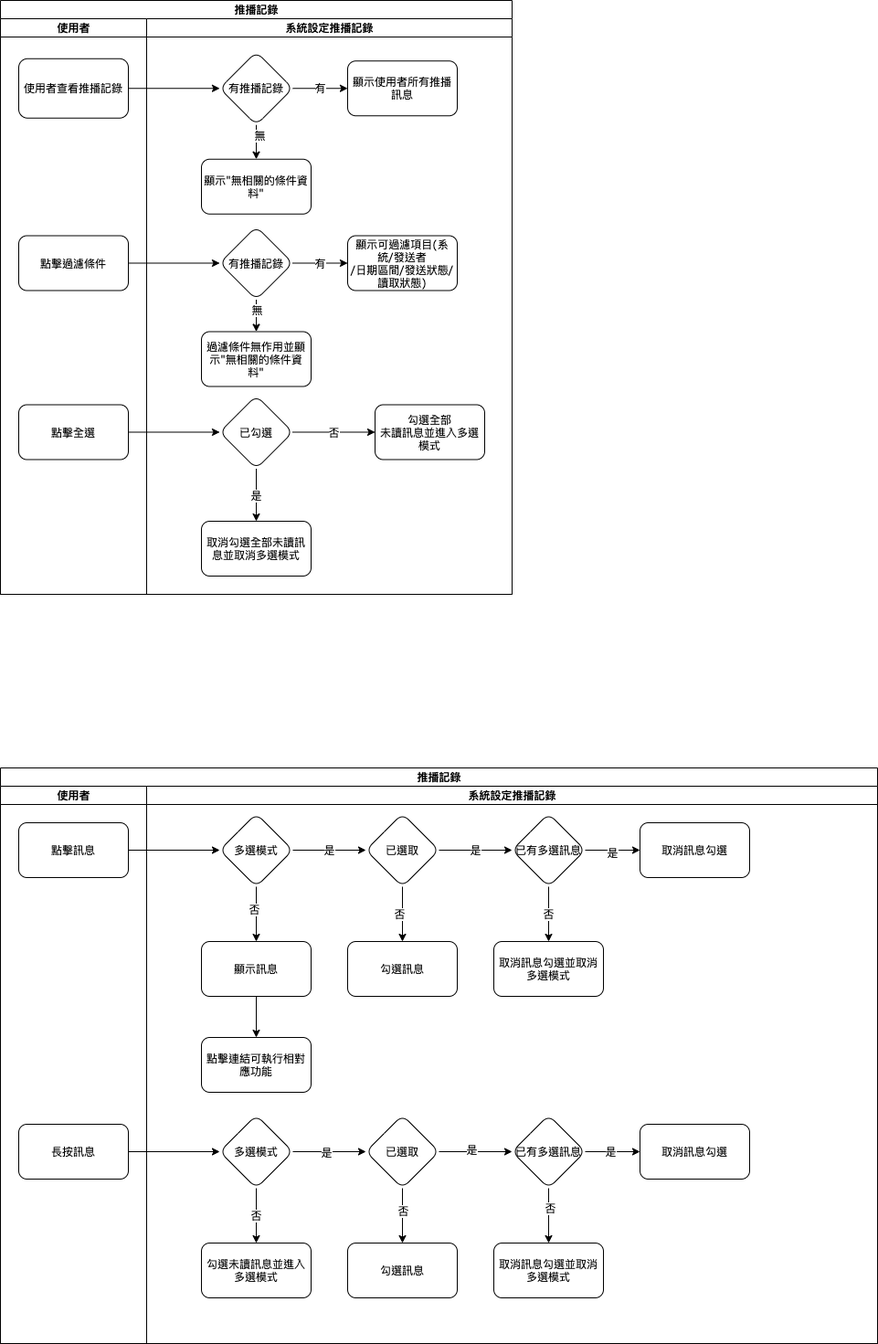
Before: 8.10.0/UPDATE/ITEM_2/MAE/image/workflow_record.png, a diagram exported from draw.io (ArcareRD/sadocs). Source tidied: cells renumbered, new cells last; positions are measured from the earlier drawing's top-left corner, leaving out a move shared by most shapes.
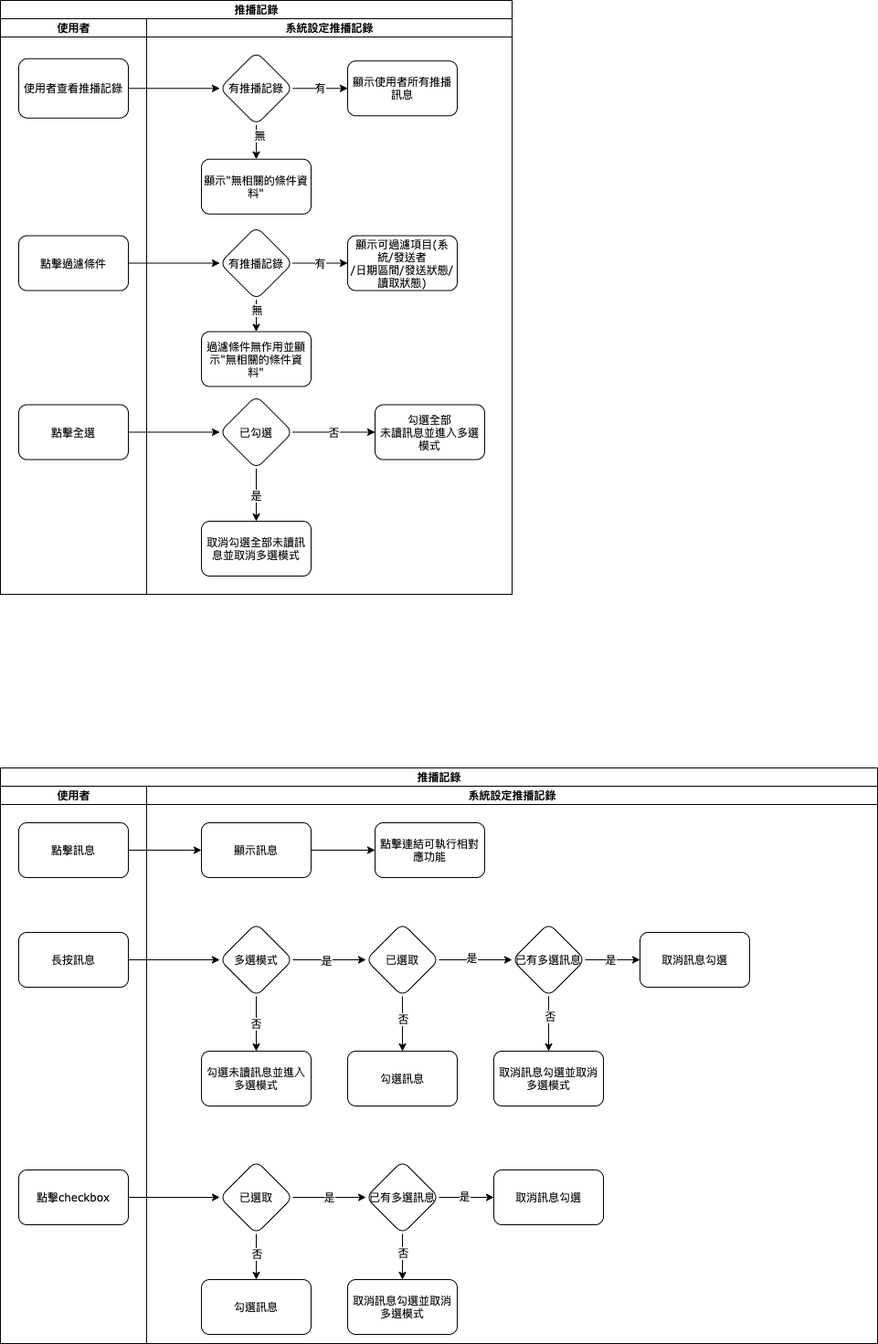
The same diagram one commit later.

Commit message:
修改推播記錄多選流程

What changed in the source:
```diff
@@ -3,7 +3,7 @@
     <mxCell id="0" />
     <mxCell id="1" parent="0" />
     <mxCell id="2" value="推播記錄" style="swimlane;html=1;startSize=20;rounded=0;shadow=0;labelBackgroundColor=none;strokeWidth=1;fontFamily=Verdana;fontSize=8;align=center;" parent="1" vertex="1">
-      <mxGeometry width="560" height="650" as="geometry" />
+      <mxGeometry y="210" width="560" height="650" as="geometry" />
     </mxCell>
     <mxCell id="3" value="使用者" style="swimlane;html=1;startSize=20;" parent="2" vertex="1">
       <mxGeometry y="20" width="160" height="630" as="geometry" />
@@ -83,7 +83,7 @@
       <mxGeometry relative="1" as="geometry" />
     </mxCell>
     <mxCell id="28" value="推播記錄" style="swimlane;html=1;startSize=20;rounded=0;shadow=0;labelBackgroundColor=none;strokeWidth=1;fontFamily=Verdana;fontSize=8;align=center;" parent="1" vertex="1">
-      <mxGeometry y="840" width="960" height="630" as="geometry" />
+      <mxGeometry y="1050" width="960" height="630" as="geometry" />
     </mxCell>
     <mxCell id="29" value="使用者" style="swimlane;html=1;startSize=20;" parent="28" vertex="1">
       <mxGeometry y="20" width="160" height="610" as="geometry" />
@@ -92,86 +92,83 @@
       <mxGeometry x="20" y="40" width="120" height="60" as="geometry" />
     </mxCell>
     <mxCell id="31" value="&lt;span style=&quot;font-family: &amp;#34;verdana&amp;#34;&quot;&gt;長按訊息&lt;/span&gt;" style="whiteSpace=wrap;html=1;rounded=1;shadow=0;fontFamily=Verdana;fontSize=8;strokeWidth=1;" parent="29" vertex="1">
-      <mxGeometry x="20" y="370" width="120" height="60" as="geometry" />
+      <mxGeometry x="20" y="160" width="120" height="60" as="geometry" />
     </mxCell>
+    <mxCell id="71" value="&lt;span style=&quot;font-family: &amp;#34;verdana&amp;#34;&quot;&gt;點擊checkbox&lt;/span&gt;" style="whiteSpace=wrap;html=1;rounded=1;shadow=0;fontFamily=Verdana;fontSize=8;strokeWidth=1;" parent="29" vertex="1">
+      <mxGeometry x="20" y="420" width="120" height="60" as="geometry" />
+    </mxCell>
+    <mxCell id="54" style="edgeStyle=orthogonalEdgeStyle;rounded=0;jettySize=auto;html=1;" parent="28" edge="1" source="31" target="50">
+      <mxGeometry relative="1" as="geometry" />
+    </mxCell>
     <mxCell id="32" value="系統設定推播記錄" style="swimlane;html=1;startSize=20;" parent="28" vertex="1">
       <mxGeometry x="160" y="20" width="800" height="610" as="geometry" />
     </mxCell>
     <mxCell id="33" value="&lt;span&gt;顯示訊息&lt;/span&gt;" style="whiteSpace=wrap;html=1;rounded=1;shadow=0;fontFamily=Verdana;fontSize=8;strokeWidth=1;" parent="32" vertex="1">
-      <mxGeometry x="60" y="170" width="120" height="60" as="geometry" />
+      <mxGeometry x="60" y="40" width="120" height="60" as="geometry" />
     </mxCell>
     <mxCell id="34" value="&lt;span&gt;勾選未讀訊息並進入多選模式&lt;/span&gt;" style="whiteSpace=wrap;html=1;rounded=1;shadow=0;fontFamily=Verdana;fontSize=8;strokeWidth=1;" parent="32" vertex="1">
-      <mxGeometry x="60" y="500" width="120" height="60" as="geometry" />
+      <mxGeometry x="60" y="290" width="120" height="60" as="geometry" />
     </mxCell>
     <mxCell id="35" value="點擊連結可執行相對應功能" style="whiteSpace=wrap;html=1;rounded=1;shadow=0;fontFamily=Verdana;fontSize=8;strokeWidth=1;" parent="32" vertex="1">
-      <mxGeometry x="60" y="275" width="120" height="60" as="geometry" />
+      <mxGeometry x="250" y="40" width="120" height="60" as="geometry" />
     </mxCell>
     <mxCell id="36" style="edgeStyle=orthogonalEdgeStyle;rounded=1;jettySize=auto;html=1;" parent="32" edge="1" source="33" target="35">
       <mxGeometry relative="1" as="geometry" />
     </mxCell>
-    <mxCell id="37" style="edgeStyle=orthogonalEdgeStyle;rounded=0;jettySize=auto;html=1;" parent="32" edge="1" source="39" target="33">
-      <mxGeometry relative="1" as="geometry" />
-    </mxCell>
-    <mxCell id="38" value="否" style="edgeLabel;html=1;align=center;verticalAlign=middle;" parent="37" vertex="1">
-      <mxGeometry x="-0.18" y="-3" relative="1" as="geometry" />
-    </mxCell>
-    <mxCell id="39" value="多選模式" style="rhombus;whiteSpace=wrap;html=1;rounded=1;shadow=0;fontFamily=Verdana;fontSize=8;strokeWidth=1;" parent="32" vertex="1">
-      <mxGeometry x="80" y="30" width="80" height="80" as="geometry" />
-    </mxCell>
-    <mxCell id="40" value="已選取" style="rhombus;whiteSpace=wrap;html=1;rounded=1;shadow=0;fontFamily=Verdana;fontSize=8;strokeWidth=1;" parent="32" vertex="1">
-      <mxGeometry x="240" y="30" width="80" height="80" as="geometry" />
-    </mxCell>
-    <mxCell id="41" value="是" style="edgeStyle=orthogonalEdgeStyle;rounded=0;jettySize=auto;html=1;" parent="32" edge="1" source="39" target="40">
-      <mxGeometry relative="1" as="geometry" />
-    </mxCell>
-    <mxCell id="42" value="勾選訊息" style="whiteSpace=wrap;html=1;rounded=1;shadow=0;fontFamily=Verdana;fontSize=8;strokeWidth=1;" parent="32" vertex="1">
-      <mxGeometry x="220" y="170" width="120" height="60" as="geometry" />
-    </mxCell>
-    <mxCell id="43" style="edgeStyle=orthogonalEdgeStyle;rounded=0;jettySize=auto;html=1;" parent="32" edge="1" source="40" target="42">
-      <mxGeometry relative="1" as="geometry" />
-    </mxCell>
-    <mxCell id="44" value="否" style="edgeLabel;html=1;align=center;verticalAlign=middle;" parent="43" vertex="1">
-      <mxGeometry x="-0.03" y="-4" relative="1" as="geometry" />
-    </mxCell>
-    <mxCell id="45" value="已有多選訊息" style="rhombus;whiteSpace=wrap;html=1;rounded=1;shadow=0;fontFamily=Verdana;fontSize=8;strokeWidth=1;" parent="32" vertex="1">
-      <mxGeometry x="400" y="30" width="80" height="80" as="geometry" />
-    </mxCell>
-    <mxCell id="46" value="是" style="edgeStyle=orthogonalEdgeStyle;rounded=0;jettySize=auto;html=1;" parent="32" edge="1" source="40" target="45">
-      <mxGeometry relative="1" as="geometry" />
-    </mxCell>
-    <mxCell id="47" value="取消訊息勾選並取消多選模式" style="whiteSpace=wrap;html=1;rounded=1;shadow=0;fontFamily=Verdana;fontSize=8;strokeWidth=1;" parent="32" vertex="1">
-      <mxGeometry x="380" y="170" width="120" height="60" as="geometry" />
-    </mxCell>
-    <mxCell id="48" value="否" style="edgeStyle=orthogonalEdgeStyle;rounded=0;jettySize=auto;html=1;" parent="32" edge="1" source="45" target="47">
-      <mxGeometry relative="1" as="geometry" />
-    </mxCell>
     <mxCell id="49" value="否" style="edgeStyle=orthogonalEdgeStyle;rounded=0;jettySize=auto;html=1;exitX=0.5;exitY=1;exitDx=0;exitDy=0;" parent="32" edge="1" source="50" target="34">
       <mxGeometry relative="1" as="geometry" />
     </mxCell>
     <mxCell id="50" value="&lt;span&gt;多選模式&lt;/span&gt;" style="rhombus;whiteSpace=wrap;html=1;rounded=1;shadow=0;fontFamily=Verdana;fontSize=8;strokeWidth=1;" parent="32" vertex="1">
-      <mxGeometry x="80" y="360" width="80" height="80" as="geometry" />
+      <mxGeometry x="80" y="150" width="80" height="80" as="geometry" />
     </mxCell>
     <mxCell id="51" value="勾選&lt;span&gt;訊息&lt;/span&gt;" style="whiteSpace=wrap;html=1;rounded=1;shadow=0;fontFamily=Verdana;fontSize=8;strokeWidth=1;" parent="32" vertex="1">
-      <mxGeometry x="220" y="500" width="120" height="60" as="geometry" />
+      <mxGeometry x="220" y="290" width="120" height="60" as="geometry" />
     </mxCell>
     <mxCell id="52" value="&lt;span&gt;取消訊息勾選並取消多選模式&lt;/span&gt;" style="whiteSpace=wrap;html=1;rounded=1;shadow=0;fontFamily=Verdana;fontSize=8;strokeWidth=1;" parent="32" vertex="1">
-      <mxGeometry x="380" y="500" width="120" height="60" as="geometry" />
+      <mxGeometry x="380" y="290" width="120" height="60" as="geometry" />
     </mxCell>
-    <mxCell id="53" style="edgeStyle=orthogonalEdgeStyle;rounded=0;jettySize=auto;html=1;" parent="28" edge="1" source="30" target="39">
-      <mxGeometry relative="1" as="geometry" />
-    </mxCell>
-    <mxCell id="54" style="edgeStyle=orthogonalEdgeStyle;rounded=0;jettySize=auto;html=1;" parent="28" edge="1" source="31" target="50">
-      <mxGeometry relative="1" as="geometry" />
-    </mxCell>
-    <mxCell id="55" value="取消訊息勾選" style="whiteSpace=wrap;html=1;rounded=1;shadow=0;fontFamily=Verdana;fontSize=8;strokeWidth=1;" parent="1" vertex="1">
-      <mxGeometry x="700" y="900" width="120" height="60" as="geometry" />
-    </mxCell>
+    <mxCell id="48" style="edgeStyle=orthogonalEdgeStyle;rounded=0;jettySize=auto;html=1;exitX=0.5;exitY=1;exitDx=0;exitDy=0;" parent="32" edge="1" source="45" target="47">
+      <mxGeometry relative="1" as="geometry" />
+    </mxCell>
+    <mxCell id="72" value="否" style="edgeLabel;html=1;align=center;verticalAlign=middle;" parent="48" vertex="1">
+      <mxGeometry x="-0.2" relative="1" as="geometry" />
+    </mxCell>
-    <mxCell id="56" style="edgeStyle=orthogonalEdgeStyle;rounded=0;jettySize=auto;html=1;" parent="1" edge="1" source="45" target="55">
+    <mxCell id="56" style="edgeStyle=orthogonalEdgeStyle;rounded=0;jettySize=auto;html=1;exitX=1;exitY=0.5;exitDx=0;exitDy=0;" parent="32" edge="1" source="45" target="55">
       <mxGeometry relative="1" as="geometry" />
     </mxCell>
     <mxCell id="57" value="是" style="edgeLabel;html=1;align=center;verticalAlign=middle;" parent="56" vertex="1">
-      <mxGeometry x="-0.03" y="-2" relative="1" as="geometry" />
+      <mxGeometry x="-0.1" y="2" relative="1" as="geometry" />
     </mxCell>
+    <mxCell id="45" value="已有多選訊息" style="rhombus;whiteSpace=wrap;html=1;rounded=1;shadow=0;fontFamily=Verdana;fontSize=8;strokeWidth=1;" parent="32" vertex="1">
+      <mxGeometry x="240" y="410" width="80" height="80" as="geometry" />
+    </mxCell>
+    <mxCell id="73" style="edgeStyle=orthogonalEdgeStyle;rounded=0;jettySize=auto;html=1;exitX=0.5;exitY=1;exitDx=0;exitDy=0;" parent="32" edge="1" source="40" target="75">
+      <mxGeometry relative="1" as="geometry" />
+    </mxCell>
+    <mxCell id="74" value="否" style="edgeLabel;html=1;align=center;verticalAlign=middle;" parent="73" vertex="1">
+      <mxGeometry x="-0.16" relative="1" as="geometry" />
+    </mxCell>
+    <mxCell id="46" value="是" style="edgeStyle=orthogonalEdgeStyle;rounded=0;jettySize=auto;html=1;exitX=1;exitY=0.5;exitDx=0;exitDy=0;" parent="32" edge="1" source="40" target="45">
+      <mxGeometry relative="1" as="geometry" />
+    </mxCell>
+    <mxCell id="40" value="已選取" style="rhombus;whiteSpace=wrap;html=1;rounded=1;shadow=0;fontFamily=Verdana;fontSize=8;strokeWidth=1;" parent="32" vertex="1">
+      <mxGeometry x="80" y="410" width="80" height="80" as="geometry" />
+    </mxCell>
+    <mxCell id="75" value="勾選&lt;span&gt;訊息&lt;/span&gt;" style="whiteSpace=wrap;html=1;rounded=1;shadow=0;fontFamily=Verdana;fontSize=8;strokeWidth=1;" parent="32" vertex="1">
+      <mxGeometry x="60" y="540" width="120" height="60" as="geometry" />
+    </mxCell>
+    <mxCell id="47" value="&lt;span&gt;取消訊息勾選並取消多選模式&lt;/span&gt;" style="whiteSpace=wrap;html=1;rounded=1;shadow=0;fontFamily=Verdana;fontSize=8;strokeWidth=1;" parent="32" vertex="1">
+      <mxGeometry x="220" y="540" width="120" height="60" as="geometry" />
+    </mxCell>
+    <mxCell id="55" value="&lt;span&gt;取消訊息勾選&lt;/span&gt;" style="whiteSpace=wrap;html=1;rounded=1;shadow=0;fontFamily=Verdana;fontSize=8;strokeWidth=1;" parent="32" vertex="1">
+      <mxGeometry x="380" y="420" width="120" height="60" as="geometry" />
+    </mxCell>
+    <mxCell id="53" style="edgeStyle=orthogonalEdgeStyle;rounded=0;jettySize=auto;html=1;" parent="28" edge="1" source="30" target="33">
+      <mxGeometry relative="1" as="geometry" />
+    </mxCell>
+    <mxCell id="76" style="edgeStyle=orthogonalEdgeStyle;rounded=0;jettySize=auto;html=1;" parent="28" edge="1" source="71" target="40">
+      <mxGeometry relative="1" as="geometry" />
+    </mxCell>
     <mxCell id="58" style="edgeStyle=orthogonalEdgeStyle;rounded=0;jettySize=auto;html=1;" parent="1" edge="1" source="62" target="51">
       <mxGeometry relative="1" as="geometry" />
     </mxCell>
```
